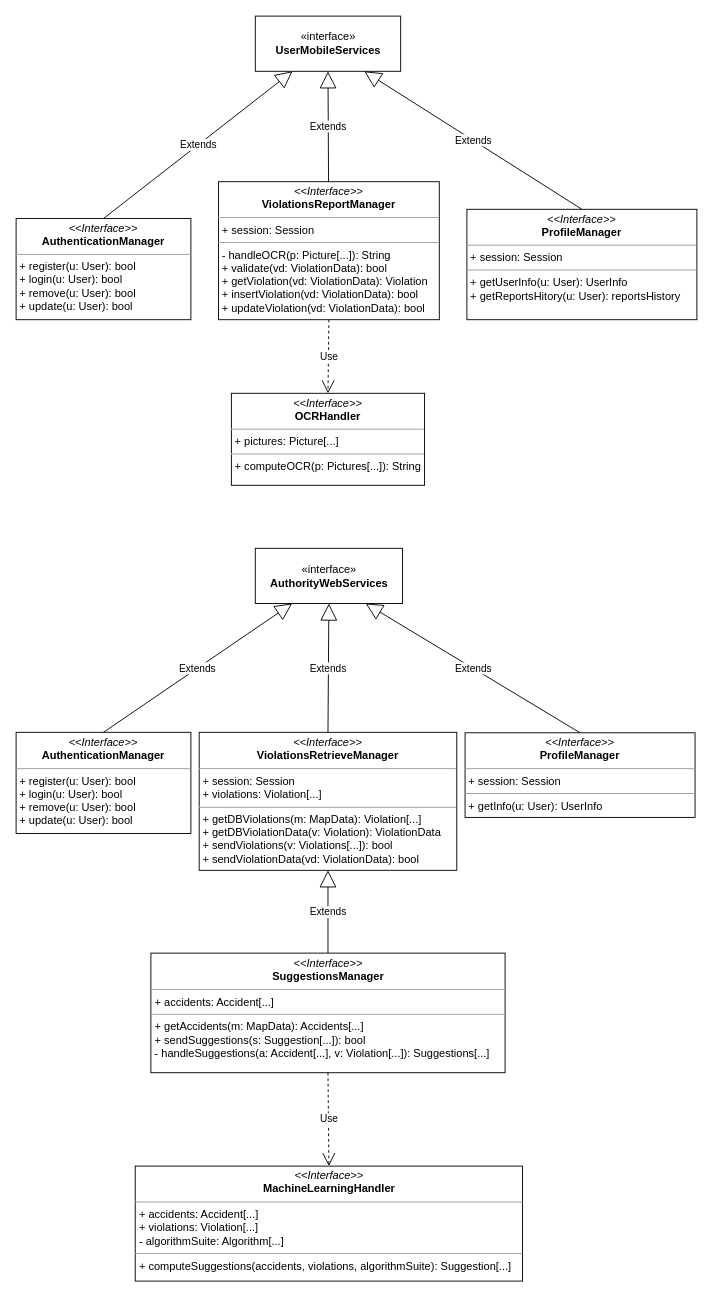
Before: assets/images/component_interfaces.drawio in Tallino/DaneseSavoldelli, a draw.io diagram. Source tidied: cells renumbered, new cells numbered last; positions are measured from the earlier drawing's top-left corner, leaving out a move shared by most shapes. Both pictures are drawn from the tidied source at 92%, with x=0, y=0 at pixel (16, 16).
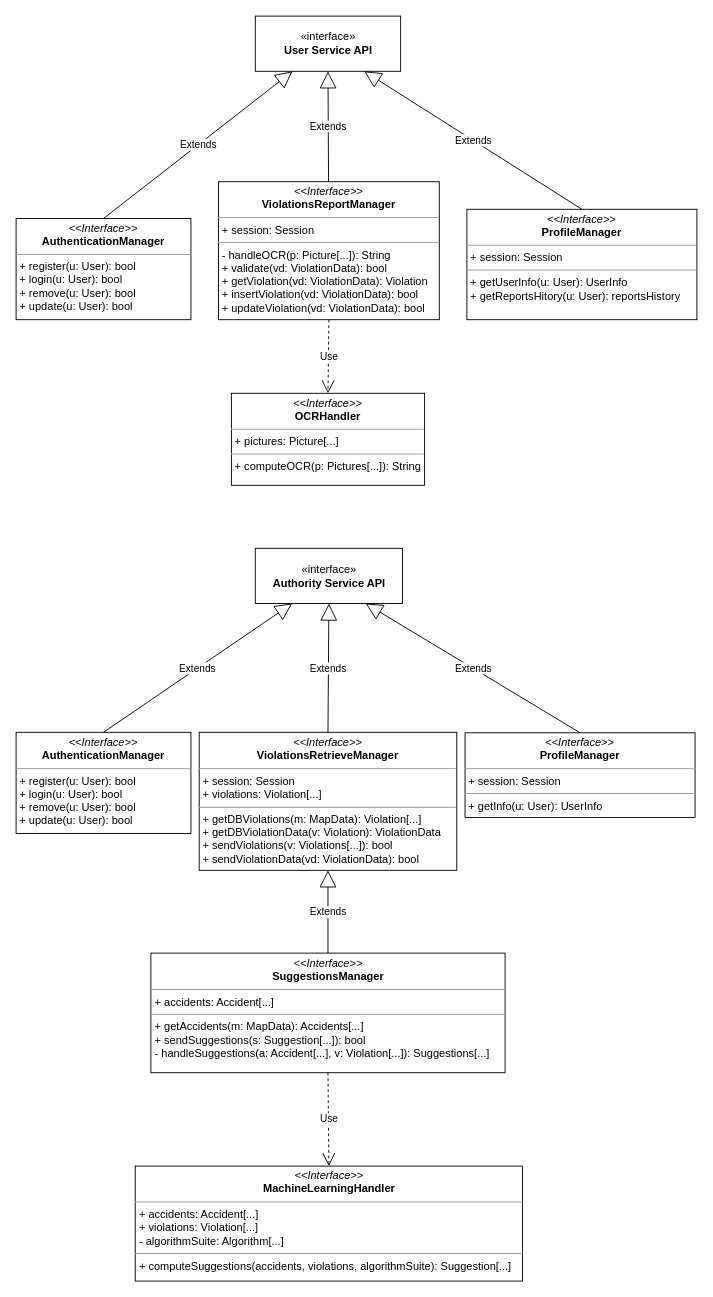
Above is the later version.

The edit, as a diff of the source:
```diff
@@
-    <mxCell id="2" value="«interface»&lt;br&gt;&lt;b&gt;UserMobileServices&lt;br&gt;&lt;/b&gt;" style="html=1;" parent="1" vertex="1">
+    <mxCell id="2" value="«interface»&lt;br&gt;&lt;b&gt;User Service API&lt;br&gt;&lt;/b&gt;" style="html=1;" parent="1" vertex="1">
       <mxGeometry x="260" width="158" height="60" as="geometry" />
     </mxCell>
@@
-    <mxCell id="9" value="«interface»&lt;br&gt;&lt;b&gt;AuthorityWebServices&lt;/b&gt;" style="html=1;" parent="1" vertex="1">
+    <mxCell id="9" value="«interface»&lt;br&gt;&lt;b&gt;Authority Service API&lt;/b&gt;" style="html=1;" parent="1" vertex="1">
       <mxGeometry x="260" y="578.5" width="160" height="60" as="geometry" />
     </mxCell>
```
